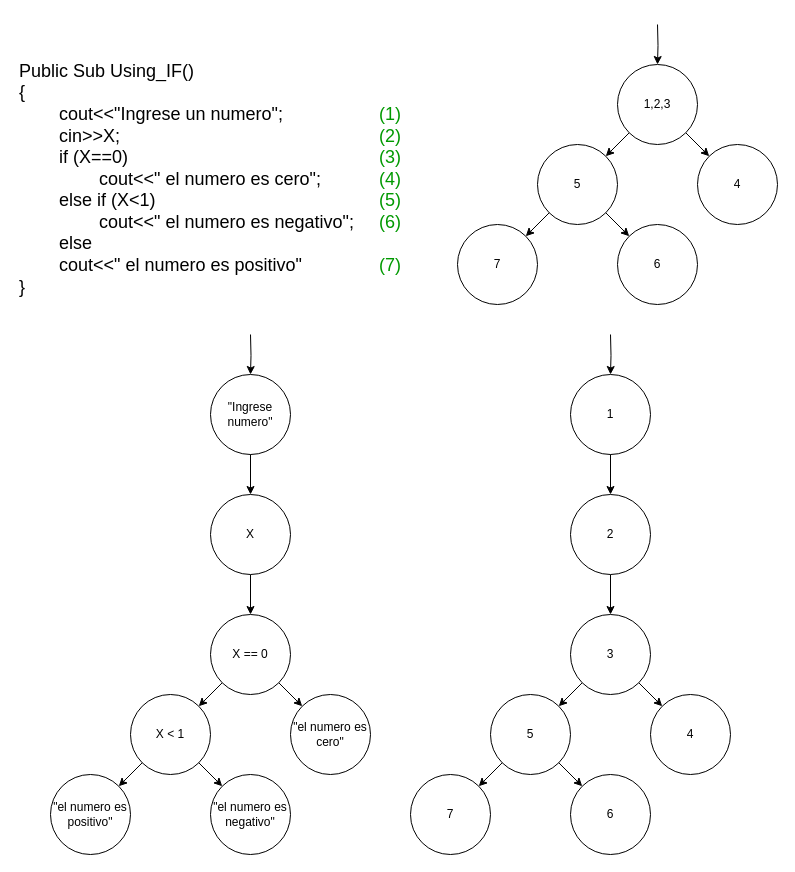
Before: page "GrafoPDF_1A" (2 of 3) of Grafos_TP4_MII.drawio in JEOrellano/draw.io_TP4_G12_MII_TUSI, a draw.io diagram. Source tidied: cells renumbered, new cells numbered last; positions are measured from the earlier drawing's top-left corner, leaving out a move shared by most shapes. Both pictures are drawn from the tidied source at 100%, with x=0, y=0 at pixel (17, 24).
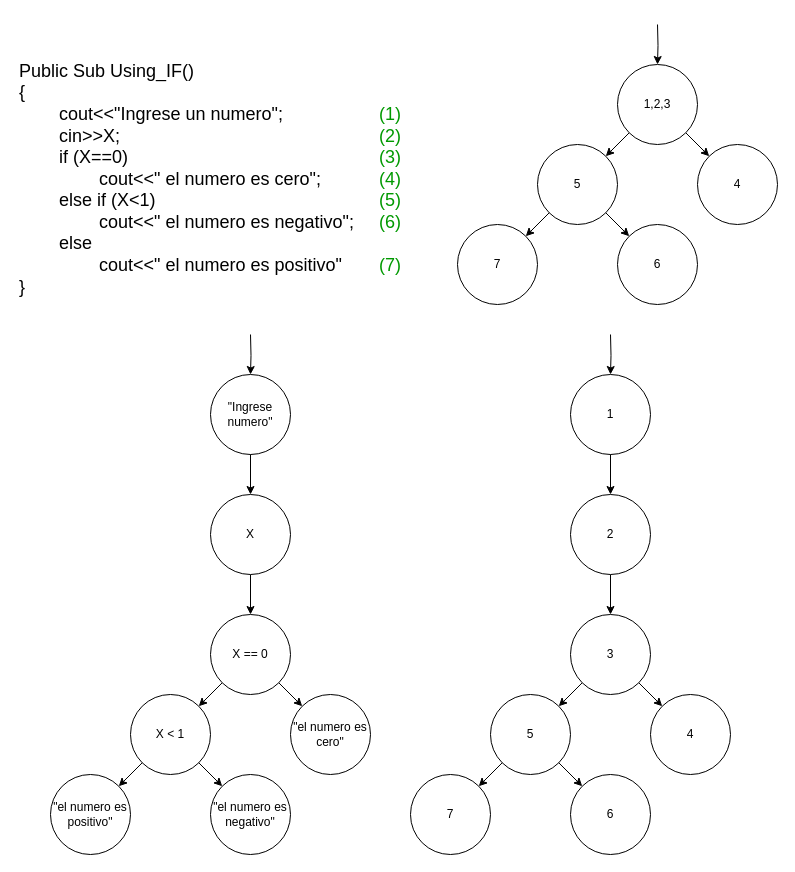
The same page after the edit.

What changed in the source:
```diff
@@
-    <mxCell id="10" value="&lt;div&gt;&lt;span style=&quot;font-size: 18px;&quot;&gt;Public Sub Using_IF()&lt;/span&gt;&lt;/div&gt;&lt;div&gt;&lt;span style=&quot;font-size: 18px; background-color: initial;&quot;&gt;{&lt;/span&gt;&lt;br&gt;&lt;/div&gt;&lt;div&gt;&lt;span style=&quot;background-color: initial; font-size: 18px;&quot;&gt;&lt;span style=&quot;white-space: pre;&quot;&gt;&#9;&lt;/span&gt;cout&amp;lt;&amp;lt;&quot;Ingrese un numero&quot;;&lt;span style=&quot;white-space: pre;&quot;&gt;&#9;&lt;/span&gt;&lt;span style=&quot;white-space: pre;&quot;&gt;&#9;&lt;/span&gt;&lt;span style=&quot;white-space: pre;&quot;&gt;&#9;&lt;/span&gt;&lt;font color=&quot;#009900&quot;&gt;(1)&lt;/font&gt;&lt;/span&gt;&lt;br&gt;&lt;/div&gt;&lt;div&gt;&lt;span style=&quot;font-size: 18px;&quot;&gt;&lt;span style=&quot;white-space: pre;&quot;&gt;&#9;&lt;/span&gt;cin&amp;gt;&amp;gt;X;&lt;span style=&quot;white-space: pre;&quot;&gt;&#9;&lt;/span&gt;&lt;span style=&quot;white-space: pre;&quot;&gt;&#9;&lt;/span&gt;&lt;span style=&quot;white-space: pre;&quot;&gt;&#9;&lt;/span&gt;&lt;span style=&quot;white-space: pre;&quot;&gt;&#9;&lt;/span&gt;&lt;span style=&quot;white-space: pre;&quot;&gt;&#9;&lt;/span&gt;&lt;span style=&quot;white-space: pre;&quot;&gt;&#9;&lt;/span&gt;&lt;span style=&quot;white-space: pre;&quot;&gt;&#9;&lt;/span&gt;&lt;font color=&quot;#009900&quot;&gt;(2)&lt;/font&gt;&lt;/span&gt;&lt;/div&gt;&lt;div&gt;&lt;span style=&quot;font-size: 18px;&quot;&gt;&lt;span style=&quot;white-space: pre;&quot;&gt;&#9;&lt;/span&gt;if (X==0)&lt;span style=&quot;white-space: pre;&quot;&gt;&#9;&lt;/span&gt;&lt;span style=&quot;white-space: pre;&quot;&gt;&#9;&lt;/span&gt;&lt;span style=&quot;white-space: pre;&quot;&gt;&#9;&lt;/span&gt;&lt;span style=&quot;white-space: pre;&quot;&gt;&#9;&lt;/span&gt;&lt;span style=&quot;white-space: pre;&quot;&gt;&#9;&lt;/span&gt;&lt;span style=&quot;white-space: pre;&quot;&gt;&#9;&lt;/span&gt;&lt;span style=&quot;white-space: pre;&quot;&gt;&#9;&lt;/span&gt;&lt;font color=&quot;#009900&quot;&gt;(3)&lt;/font&gt;&lt;/span&gt;&lt;/div&gt;&lt;div&gt;&lt;span style=&quot;font-size: 18px;&quot;&gt;&lt;span style=&quot;white-space: pre;&quot;&gt;&#9;&lt;/span&gt;&lt;span style=&quot;white-space: pre;&quot;&gt;&#9;&lt;/span&gt;cout&amp;lt;&amp;lt;&quot; el numero es cero&quot;;&lt;span style=&quot;white-space: pre;&quot;&gt;&#9;&lt;/span&gt;&lt;span style=&quot;white-space: pre;&quot;&gt;&#9;&lt;/span&gt;&lt;font color=&quot;#009900&quot;&gt;(4)&lt;/font&gt;&lt;/span&gt;&lt;/div&gt;&lt;div&gt;&lt;span style=&quot;font-size: 18px;&quot;&gt;&lt;span style=&quot;white-space: pre;&quot;&gt;&#9;&lt;/span&gt;else if (X&amp;lt;1)&lt;span style=&quot;white-space: pre;&quot;&gt;&#9;&lt;/span&gt;&lt;span style=&quot;white-space: pre;&quot;&gt;&#9;&lt;/span&gt;&lt;span style=&quot;white-space: pre;&quot;&gt;&#9;&lt;/span&gt;&lt;span style=&quot;white-space: pre;&quot;&gt;&#9;&lt;/span&gt;&lt;span style=&quot;white-space: pre;&quot;&gt;&#9;&lt;/span&gt;&lt;span style=&quot;white-space: pre;&quot;&gt;&#9;&lt;/span&gt;&lt;font color=&quot;#009900&quot;&gt;(5)&lt;/font&gt;&lt;/span&gt;&lt;/div&gt;&lt;div&gt;&lt;span style=&quot;font-size: 18px; background-color: initial;&quot;&gt;&lt;span style=&quot;white-space: pre;&quot;&gt;&#9;&lt;/span&gt;&lt;span style=&quot;white-space: pre;&quot;&gt;&#9;&lt;/span&gt;cout&amp;lt;&amp;lt;&quot; el numero es negativo&quot;;&lt;span style=&quot;white-space: pre;&quot;&gt;&#9;&lt;/span&gt;&lt;font color=&quot;#009900&quot;&gt;(6)&lt;/font&gt;&lt;/span&gt;&lt;br&gt;&lt;/div&gt;&lt;div&gt;&lt;span style=&quot;font-size: 18px;&quot;&gt;&lt;span style=&quot;white-space: pre;&quot;&gt;&#9;&lt;/span&gt;else&lt;/span&gt;&lt;/div&gt;&lt;div&gt;&lt;span style=&quot;font-size: 18px;&quot;&gt;&lt;span style=&quot;white-space: pre;&quot;&gt;&#9;&lt;/span&gt;cout&amp;lt;&amp;lt;&quot; el numero es positivo&quot;&lt;span style=&quot;white-space: pre;&quot;&gt;&#9;&lt;/span&gt;&lt;span style=&quot;white-space: pre;&quot;&gt;&#9;&lt;/span&gt;&lt;font color=&quot;#009900&quot;&gt;(7)&lt;/font&gt;&lt;/span&gt;&lt;/div&gt;&lt;div&gt;&lt;span style=&quot;font-size: 18px;&quot;&gt;}&lt;br&gt;&lt;/span&gt;&lt;/div&gt;" style="text;html=1;align=left;verticalAlign=middle;strokeColor=none;fillColor=none;" parent="1" vertex="1">
+    <mxCell id="10" value="&lt;div&gt;&lt;span style=&quot;font-size: 18px;&quot;&gt;Public Sub Using_IF()&lt;/span&gt;&lt;/div&gt;&lt;div&gt;&lt;span style=&quot;font-size: 18px; background-color: initial;&quot;&gt;{&lt;/span&gt;&lt;br&gt;&lt;/div&gt;&lt;div&gt;&lt;span style=&quot;background-color: initial; font-size: 18px;&quot;&gt;&lt;span style=&quot;white-space: pre;&quot;&gt;&#9;&lt;/span&gt;cout&amp;lt;&amp;lt;&quot;Ingrese un numero&quot;;&lt;span style=&quot;white-space: pre;&quot;&gt;&#9;&lt;/span&gt;&lt;span style=&quot;white-space: pre;&quot;&gt;&#9;&lt;/span&gt;&lt;span style=&quot;white-space: pre;&quot;&gt;&#9;&lt;/span&gt;&lt;font color=&quot;#009900&quot;&gt;(1)&lt;/font&gt;&lt;/span&gt;&lt;br&gt;&lt;/div&gt;&lt;div&gt;&lt;span style=&quot;font-size: 18px;&quot;&gt;&lt;span style=&quot;white-space: pre;&quot;&gt;&#9;&lt;/span&gt;cin&amp;gt;&amp;gt;X;&lt;span style=&quot;white-space: pre;&quot;&gt;&#9;&lt;/span&gt;&lt;span style=&quot;white-space: pre;&quot;&gt;&#9;&lt;/span&gt;&lt;span style=&quot;white-space: pre;&quot;&gt;&#9;&lt;/span&gt;&lt;span style=&quot;white-space: pre;&quot;&gt;&#9;&lt;/span&gt;&lt;span style=&quot;white-space: pre;&quot;&gt;&#9;&lt;/span&gt;&lt;span style=&quot;white-space: pre;&quot;&gt;&#9;&lt;/span&gt;&lt;span style=&quot;white-space: pre;&quot;&gt;&#9;&lt;/span&gt;&lt;font color=&quot;#009900&quot;&gt;(2)&lt;/font&gt;&lt;/span&gt;&lt;/div&gt;&lt;div&gt;&lt;span style=&quot;font-size: 18px;&quot;&gt;&lt;span style=&quot;white-space: pre;&quot;&gt;&#9;&lt;/span&gt;if (X==0)&lt;span style=&quot;white-space: pre;&quot;&gt;&#9;&lt;/span&gt;&lt;span style=&quot;white-space: pre;&quot;&gt;&#9;&lt;/span&gt;&lt;span style=&quot;white-space: pre;&quot;&gt;&#9;&lt;/span&gt;&lt;span style=&quot;white-space: pre;&quot;&gt;&#9;&lt;/span&gt;&lt;span style=&quot;white-space: pre;&quot;&gt;&#9;&lt;/span&gt;&lt;span style=&quot;white-space: pre;&quot;&gt;&#9;&lt;/span&gt;&lt;span style=&quot;white-space: pre;&quot;&gt;&#9;&lt;/span&gt;&lt;font color=&quot;#009900&quot;&gt;(3)&lt;/font&gt;&lt;/span&gt;&lt;/div&gt;&lt;div&gt;&lt;span style=&quot;font-size: 18px;&quot;&gt;&lt;span style=&quot;white-space: pre;&quot;&gt;&#9;&lt;/span&gt;&lt;span style=&quot;white-space: pre;&quot;&gt;&#9;&lt;/span&gt;cout&amp;lt;&amp;lt;&quot; el numero es cero&quot;;&lt;span style=&quot;white-space: pre;&quot;&gt;&#9;&lt;/span&gt;&lt;span style=&quot;white-space: pre;&quot;&gt;&#9;&lt;/span&gt;&lt;font color=&quot;#009900&quot;&gt;(4)&lt;/font&gt;&lt;/span&gt;&lt;/div&gt;&lt;div&gt;&lt;span style=&quot;font-size: 18px;&quot;&gt;&lt;span style=&quot;white-space: pre;&quot;&gt;&#9;&lt;/span&gt;else if (X&amp;lt;1)&lt;span style=&quot;white-space: pre;&quot;&gt;&#9;&lt;/span&gt;&lt;span style=&quot;white-space: pre;&quot;&gt;&#9;&lt;/span&gt;&lt;span style=&quot;white-space: pre;&quot;&gt;&#9;&lt;/span&gt;&lt;span style=&quot;white-space: pre;&quot;&gt;&#9;&lt;/span&gt;&lt;span style=&quot;white-space: pre;&quot;&gt;&#9;&lt;/span&gt;&lt;span style=&quot;white-space: pre;&quot;&gt;&#9;&lt;/span&gt;&lt;font color=&quot;#009900&quot;&gt;(5)&lt;/font&gt;&lt;/span&gt;&lt;/div&gt;&lt;div&gt;&lt;span style=&quot;font-size: 18px; background-color: initial;&quot;&gt;&lt;span style=&quot;white-space: pre;&quot;&gt;&#9;&lt;/span&gt;&lt;span style=&quot;white-space: pre;&quot;&gt;&#9;&lt;/span&gt;cout&amp;lt;&amp;lt;&quot; el numero es negativo&quot;;&lt;span style=&quot;white-space: pre;&quot;&gt;&#9;&lt;/span&gt;&lt;font color=&quot;#009900&quot;&gt;(6)&lt;/font&gt;&lt;/span&gt;&lt;br&gt;&lt;/div&gt;&lt;div&gt;&lt;span style=&quot;font-size: 18px;&quot;&gt;&lt;span style=&quot;white-space: pre;&quot;&gt;&#9;&lt;/span&gt;else&lt;/span&gt;&lt;/div&gt;&lt;div&gt;&lt;span style=&quot;font-size: 18px;&quot;&gt;&lt;span style=&quot;white-space: pre;&quot;&gt;&#9;&lt;span style=&quot;white-space: pre;&quot;&gt;&#9;&lt;/span&gt;&lt;/span&gt;cout&amp;lt;&amp;lt;&quot; el numero es positivo&quot;&lt;span style=&quot;white-space: pre;&quot;&gt;&#9;&lt;/span&gt;&lt;font color=&quot;#009900&quot;&gt;(7)&lt;/font&gt;&lt;/span&gt;&lt;/div&gt;&lt;div&gt;&lt;span style=&quot;font-size: 18px;&quot;&gt;}&lt;br&gt;&lt;/span&gt;&lt;/div&gt;" style="text;html=1;align=left;verticalAlign=middle;strokeColor=none;fillColor=none;" parent="1" vertex="1">
       <mxGeometry y="30" width="410" height="250" as="geometry" />
     </mxCell>
```
